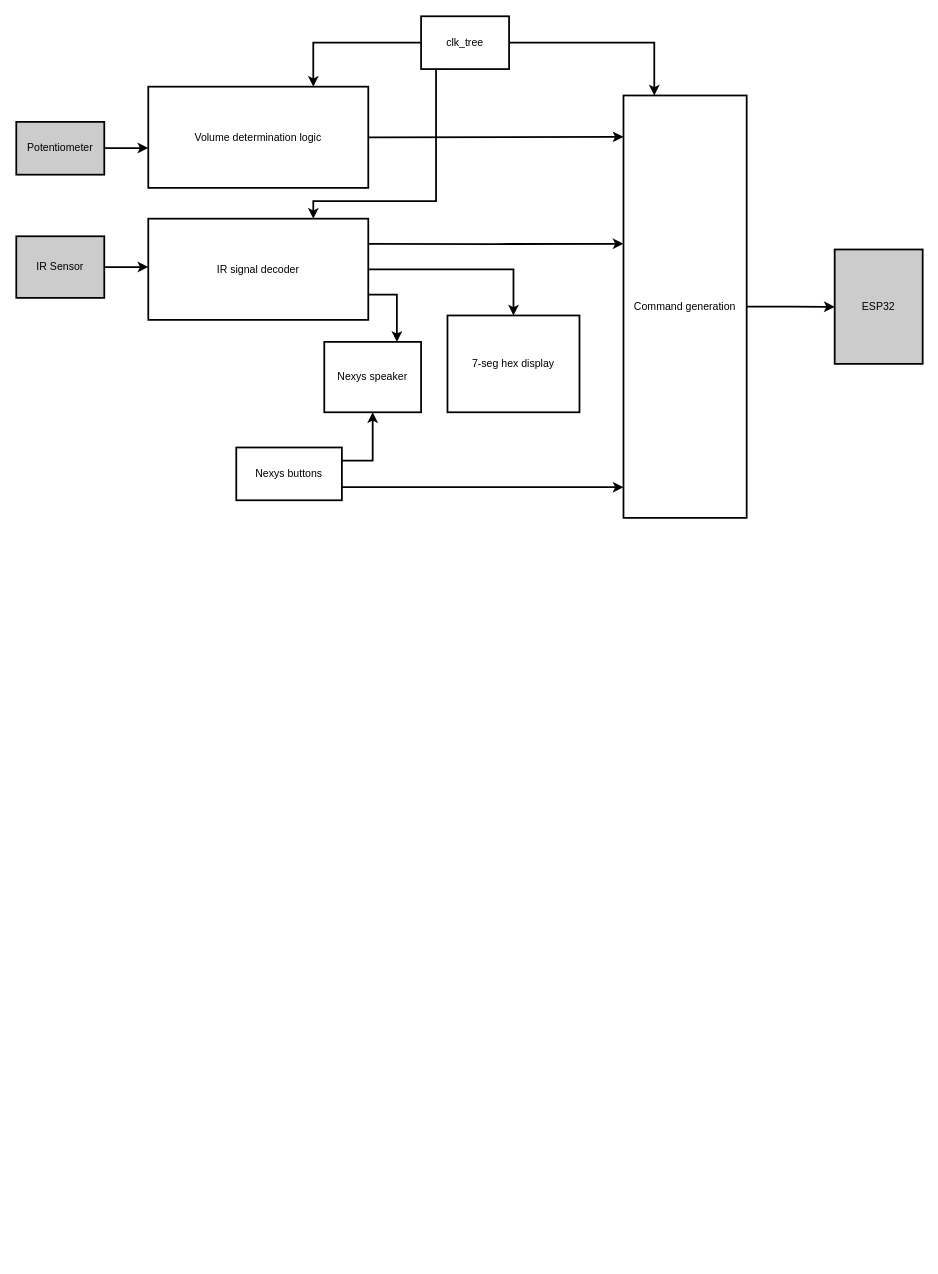
beebdev/Brown_3601 keeps this draw.io diagram as page "FPGA" (3 of 4) of Diagrams/diagrams.drawio. Above is the earlier version. Source tidied: cells renumbered, new cells numbered last; positions are measured from the earlier drawing's top-left corner, leaving out a move shared by most shapes. Both pictures are drawn from the tidied source at 88%, with x=0, y=0 at pixel (16, 16).
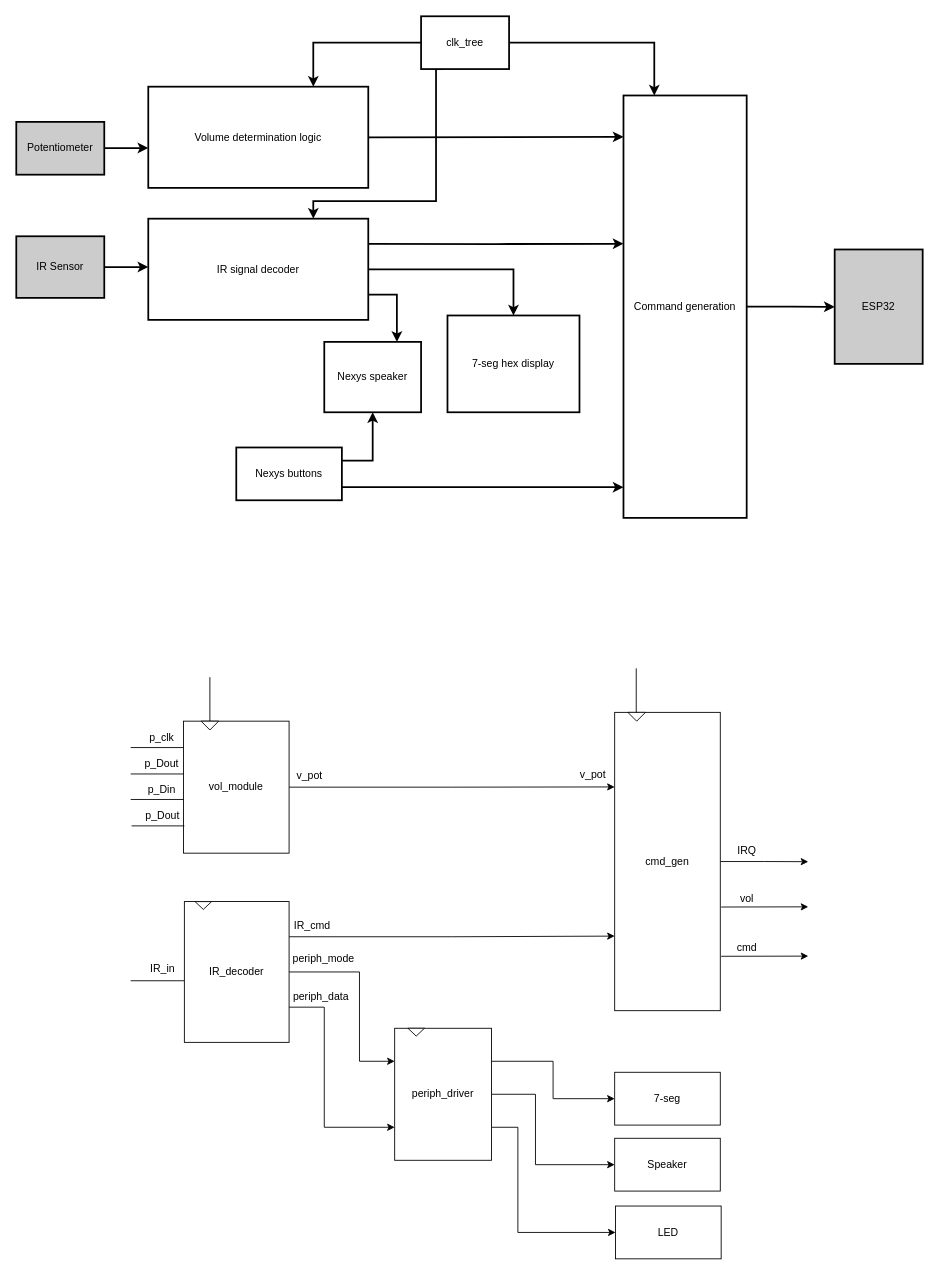
Above is the later version.

Commit message:
updated FPGA flow chart

What changed in the source:
```diff
@@
+    <mxCell id="24" style="edgeStyle=orthogonalEdgeStyle;rounded=0;jettySize=auto;html=1;entryX=0;entryY=0.25;entryDx=0;entryDy=0;" parent="1" edge="1" source="25" target="37">
+      <mxGeometry relative="1" as="geometry" />
+    </mxCell>
+    <mxCell id="25" value="vol_module" style="rounded=0;whiteSpace=wrap;html=1;" parent="1" vertex="1">
+      <mxGeometry x="190" y="801" width="120" height="150" as="geometry" />
+    </mxCell>
+    <mxCell id="26" style="endArrow=none;html=1;" parent="1" edge="1">
+      <mxGeometry relative="1" as="geometry">
+        <mxPoint x="130" y="831" as="sourcePoint" />
+        <mxPoint x="190" y="831" as="targetPoint" />
+      </mxGeometry>
+    </mxCell>
+    <mxCell id="27" value="p_clk" style="text;html=1;align=center;verticalAlign=middle;" parent="1" vertex="1">
+      <mxGeometry x="145" y="810" width="40" height="20" as="geometry" />
+    </mxCell>
+    <mxCell id="28" style="endArrow=none;html=1;" parent="1" edge="1">
+      <mxGeometry relative="1" as="geometry">
+        <mxPoint x="130" y="861" as="sourcePoint" />
+        <mxPoint x="190" y="861" as="targetPoint" />
+      </mxGeometry>
+    </mxCell>
+    <mxCell id="29" value="p_Dout" style="text;html=1;align=center;verticalAlign=middle;" parent="1" vertex="1">
+      <mxGeometry x="140" y="840" width="50" height="20" as="geometry" />
+    </mxCell>
+    <mxCell id="30" style="endArrow=none;html=1;" parent="1" edge="1">
+      <mxGeometry relative="1" as="geometry">
+        <mxPoint x="130" y="890" as="sourcePoint" />
+        <mxPoint x="190" y="890" as="targetPoint" />
+      </mxGeometry>
+    </mxCell>
+    <mxCell id="31" value="p_Din" style="text;html=1;align=center;verticalAlign=middle;" parent="1" vertex="1">
+      <mxGeometry x="140" y="869" width="50" height="20" as="geometry" />
+    </mxCell>
+    <mxCell id="32" style="endArrow=none;html=1;" parent="1" edge="1">
+      <mxGeometry relative="1" as="geometry">
+        <mxPoint x="131" y="920" as="sourcePoint" />
+        <mxPoint x="191" y="920" as="targetPoint" />
+      </mxGeometry>
+    </mxCell>
+    <mxCell id="33" value="p_Dout" style="text;html=1;align=center;verticalAlign=middle;" parent="1" vertex="1">
+      <mxGeometry x="141" y="899" width="50" height="20" as="geometry" />
+    </mxCell>
+    <mxCell id="34" style="endArrow=none;html=1;" parent="1" edge="1">
+      <mxGeometry relative="1" as="geometry">
+        <mxPoint x="220" y="801" as="sourcePoint" />
+        <mxPoint x="220" y="751" as="targetPoint" />
+      </mxGeometry>
+    </mxCell>
+    <mxCell id="35" style="triangle;whiteSpace=wrap;html=1;rotation=90;" parent="1" vertex="1">
+      <mxGeometry x="215" y="796" width="10" height="20" as="geometry" />
+    </mxCell>
+    <mxCell id="36" style="edgeStyle=orthogonalEdgeStyle;rounded=0;jettySize=auto;html=1;exitX=1;exitY=0.5;exitDx=0;exitDy=0;" parent="1" edge="1" source="37">
+      <mxGeometry relative="1" as="geometry">
+        <mxPoint x="900" y="960.7" as="targetPoint" />
+      </mxGeometry>
+    </mxCell>
+    <mxCell id="37" value="cmd_gen" style="rounded=0;whiteSpace=wrap;html=1;" parent="1" vertex="1">
+      <mxGeometry x="680" y="791" width="120" height="339" as="geometry" />
+    </mxCell>
+    <mxCell id="38" style="triangle;whiteSpace=wrap;html=1;rotation=90;" parent="1" vertex="1">
+      <mxGeometry x="700" y="786" width="10" height="20" as="geometry" />
+    </mxCell>
+    <mxCell id="39" style="endArrow=none;html=1;" parent="1" edge="1">
+      <mxGeometry relative="1" as="geometry">
+        <mxPoint x="704.5" y="791" as="sourcePoint" />
+        <mxPoint x="704.5" y="741" as="targetPoint" />
+      </mxGeometry>
+    </mxCell>
+    <mxCell id="40" value="v_pot" style="text;html=1;align=center;verticalAlign=middle;" parent="1" vertex="1">
+      <mxGeometry x="308" y="853" width="50" height="20" as="geometry" />
+    </mxCell>
+    <mxCell id="41" value="v_pot" style="text;html=1;align=center;verticalAlign=middle;" parent="1" vertex="1">
+      <mxGeometry x="630" y="852" width="50" height="20" as="geometry" />
+    </mxCell>
+    <mxCell id="42" style="edgeStyle=orthogonalEdgeStyle;rounded=0;jettySize=auto;html=1;exitX=1;exitY=0.25;exitDx=0;exitDy=0;entryX=0;entryY=0.75;entryDx=0;entryDy=0;" parent="1" edge="1" source="45" target="37">
+      <mxGeometry relative="1" as="geometry" />
+    </mxCell>
+    <mxCell id="43" style="edgeStyle=orthogonalEdgeStyle;rounded=0;jettySize=auto;html=1;exitX=1;exitY=0.5;exitDx=0;exitDy=0;entryX=0;entryY=0.25;entryDx=0;entryDy=0;" parent="1" edge="1" source="45" target="52">
+      <mxGeometry relative="1" as="geometry">
+        <Array as="points">
+          <mxPoint x="390" y="1086" />
+          <mxPoint x="390" y="1188" />
+        </Array>
+      </mxGeometry>
+    </mxCell>
+    <mxCell id="44" style="edgeStyle=orthogonalEdgeStyle;rounded=0;jettySize=auto;html=1;exitX=1;exitY=0.75;exitDx=0;exitDy=0;entryX=0;entryY=0.75;entryDx=0;entryDy=0;" parent="1" edge="1" source="45" target="52">
+      <mxGeometry relative="1" as="geometry">
+        <Array as="points">
+          <mxPoint x="350" y="1126" />
+          <mxPoint x="350" y="1263" />
+        </Array>
+      </mxGeometry>
+    </mxCell>
+    <mxCell id="45" value="IR_decoder" style="rounded=0;whiteSpace=wrap;html=1;" parent="1" vertex="1">
+      <mxGeometry x="191" y="1006" width="119" height="160" as="geometry" />
+    </mxCell>
+    <mxCell id="46" style="endArrow=none;html=1;" parent="1" edge="1">
+      <mxGeometry relative="1" as="geometry">
+        <mxPoint x="130" y="1096" as="sourcePoint" />
+        <mxPoint x="191" y="1096" as="targetPoint" />
+      </mxGeometry>
+    </mxCell>
+    <mxCell id="47" value="IR_in" style="text;html=1;align=center;verticalAlign=middle;" parent="1" vertex="1">
+      <mxGeometry x="146" y="1073" width="40" height="20" as="geometry" />
+    </mxCell>
+    <mxCell id="48" style="triangle;whiteSpace=wrap;html=1;rotation=90;" parent="1" vertex="1">
+      <mxGeometry x="208.1" y="1001.1" width="8.9" height="18.8" as="geometry" />
+    </mxCell>
+    <mxCell id="49" style="edgeStyle=orthogonalEdgeStyle;rounded=0;jettySize=auto;html=1;exitX=1;exitY=0.25;exitDx=0;exitDy=0;entryX=0;entryY=0.5;entryDx=0;entryDy=0;" parent="1" edge="1" source="52" target="55">
+      <mxGeometry relative="1" as="geometry" />
+    </mxCell>
+    <mxCell id="50" style="edgeStyle=orthogonalEdgeStyle;rounded=0;jettySize=auto;html=1;exitX=1;exitY=0.5;exitDx=0;exitDy=0;entryX=0;entryY=0.5;entryDx=0;entryDy=0;" parent="1" edge="1" source="52" target="56">
+      <mxGeometry relative="1" as="geometry">
+        <Array as="points">
+          <mxPoint x="590" y="1225" />
+          <mxPoint x="590" y="1305" />
+        </Array>
+      </mxGeometry>
+    </mxCell>
+    <mxCell id="51" style="edgeStyle=orthogonalEdgeStyle;rounded=0;jettySize=auto;html=1;exitX=1;exitY=0.75;exitDx=0;exitDy=0;entryX=0;entryY=0.5;entryDx=0;entryDy=0;" parent="1" edge="1" source="52" target="57">
+      <mxGeometry relative="1" as="geometry">
+        <Array as="points">
+          <mxPoint x="570" y="1263" />
+          <mxPoint x="570" y="1382" />
+        </Array>
+      </mxGeometry>
+    </mxCell>
+    <mxCell id="52" value="periph_driver" style="rounded=0;whiteSpace=wrap;html=1;" parent="1" vertex="1">
+      <mxGeometry x="430" y="1150" width="110" height="150" as="geometry" />
+    </mxCell>
+    <mxCell id="53" style="triangle;whiteSpace=wrap;html=1;rotation=90;" parent="1" vertex="1">
+      <mxGeometry x="450" y="1145" width="8.9" height="18.8" as="geometry" />
+    </mxCell>
+    <mxCell id="54" value="IR_cmd" style="text;html=1;align=center;verticalAlign=middle;" parent="1" vertex="1">
+      <mxGeometry x="306" y="1024" width="60" height="20" as="geometry" />
+    </mxCell>
+    <mxCell id="55" value="7-seg" style="rounded=0;whiteSpace=wrap;html=1;" parent="1" vertex="1">
+      <mxGeometry x="680" y="1200" width="120" height="60" as="geometry" />
+    </mxCell>
+    <mxCell id="56" value="Speaker" style="rounded=0;whiteSpace=wrap;html=1;" parent="1" vertex="1">
+      <mxGeometry x="680" y="1275" width="120" height="60" as="geometry" />
+    </mxCell>
+    <mxCell id="57" value="LED" style="rounded=0;whiteSpace=wrap;html=1;" parent="1" vertex="1">
+      <mxGeometry x="681" y="1352" width="120" height="60" as="geometry" />
+    </mxCell>
+    <mxCell id="58" value="IRQ" style="text;html=1;align=center;verticalAlign=middle;" parent="1" vertex="1">
+      <mxGeometry x="810" y="938" width="40" height="20" as="geometry" />
+    </mxCell>
+    <mxCell id="59" value="vol" style="text;html=1;align=center;verticalAlign=middle;" parent="1" vertex="1">
+      <mxGeometry x="815" y="993" width="30" height="20" as="geometry" />
+    </mxCell>
+    <mxCell id="60" style="endArrow=classic;html=1;" parent="1" edge="1">
+      <mxGeometry relative="1" as="geometry">
+        <mxPoint x="801" y="1012.2" as="sourcePoint" />
+        <mxPoint x="900" y="1012" as="targetPoint" />
+      </mxGeometry>
+    </mxCell>
+    <mxCell id="61" value="cmd" style="text;html=1;align=center;verticalAlign=middle;" parent="1" vertex="1">
+      <mxGeometry x="810" y="1049" width="40" height="20" as="geometry" />
+    </mxCell>
+    <mxCell id="62" style="endArrow=classic;html=1;" parent="1" edge="1">
+      <mxGeometry relative="1" as="geometry">
+        <mxPoint x="801" y="1068.2" as="sourcePoint" />
+        <mxPoint x="900" y="1068" as="targetPoint" />
+      </mxGeometry>
+    </mxCell>
+    <mxCell id="63" value="periph_mode" style="text;html=1;align=center;verticalAlign=middle;" parent="1" vertex="1">
+      <mxGeometry x="304" y="1061" width="90" height="20" as="geometry" />
+    </mxCell>
+    <mxCell id="64" value="periph_data" style="text;html=1;align=center;verticalAlign=middle;" parent="1" vertex="1">
+      <mxGeometry x="306" y="1104" width="80" height="20" as="geometry" />
+    </mxCell>
```
